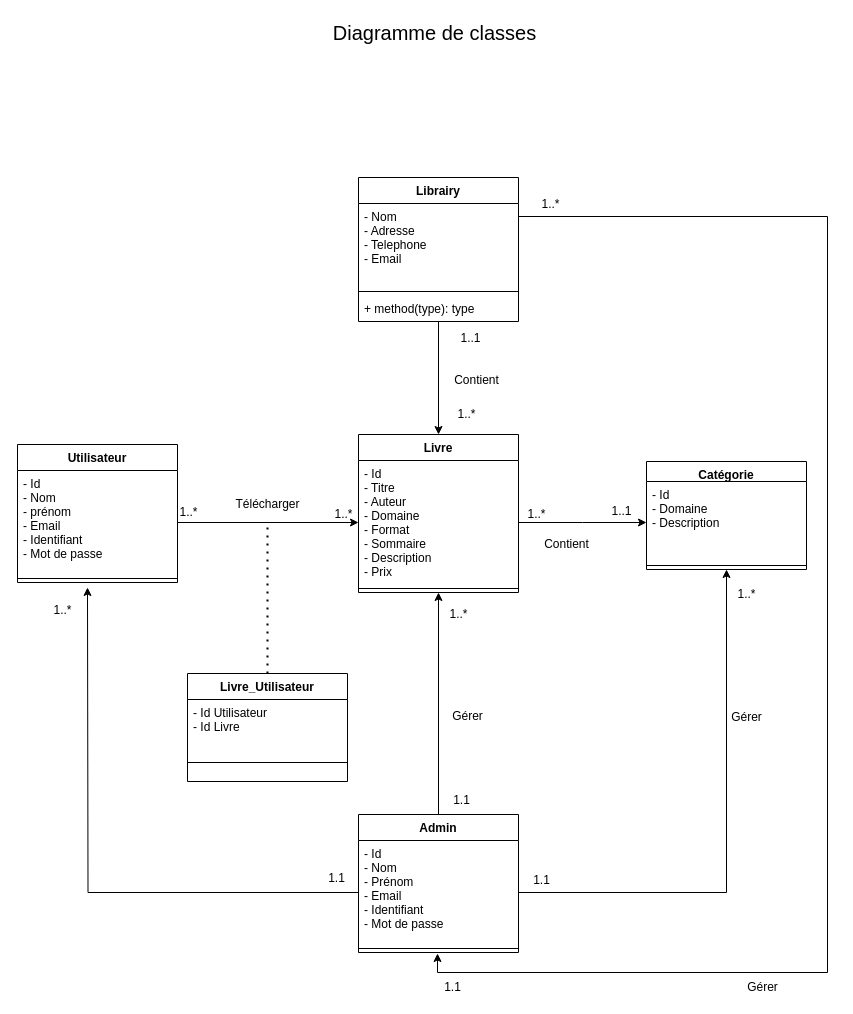
Before: page "Diagramme de classe" (7 of 18) of Untitled Diagram.drawio in keidy001/virtual-biblio, a draw.io diagram. Source tidied: cells renumbered, new cells numbered last; positions are measured from the earlier drawing's top-left corner, leaving out a move shared by most shapes. Both pictures are drawn from the tidied source at 100%, with x=0, y=0 at pixel (17, 17).
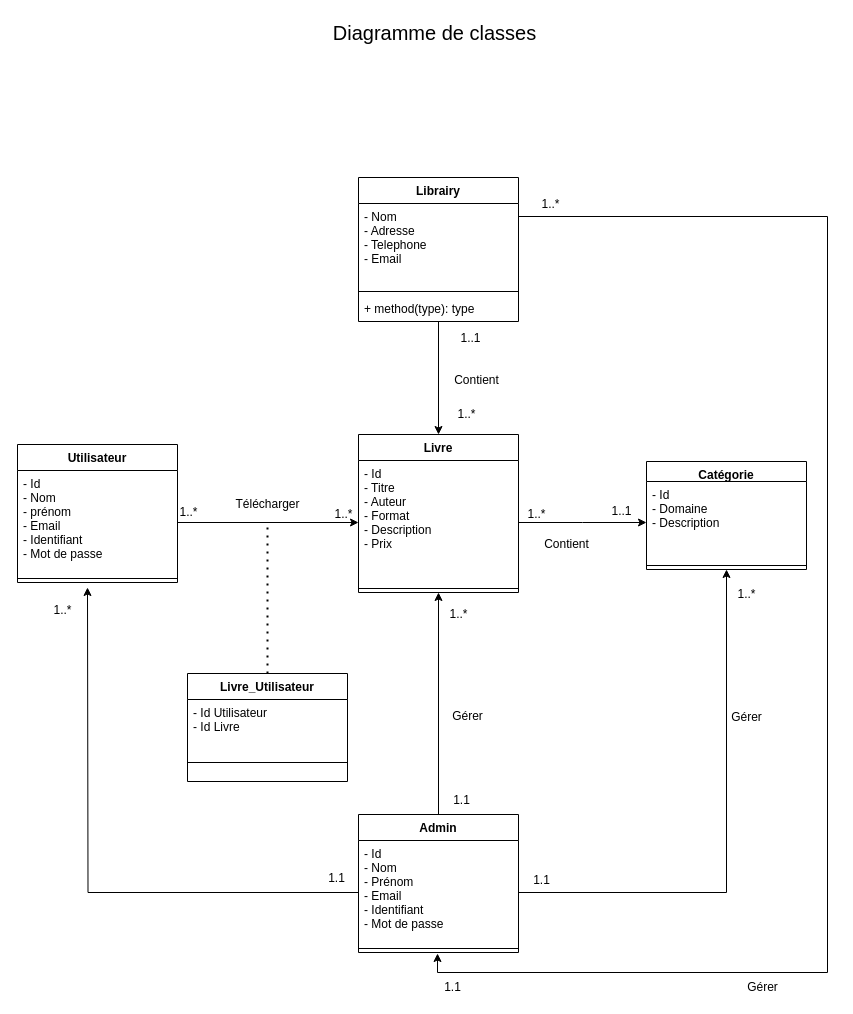
The same page after the edit.

The change refers to these unchanged cells:
```xml
<mxCell id="9" value="Livre" style="swimlane;fontStyle=1;align=center;verticalAlign=top;horizontal=1;startSize=26;fillColor=default;gradientColor=none;" parent="1" vertex="1">
  <mxGeometry x="341" y="417" width="160" height="158" as="geometry" />
</mxCell>
```

Diff of the diagram source:
```diff
@@
-    <mxCell id="10" value="- Id&#10;- Titre&#10;- Auteur&#10;- Domaine&#10;- Format&#10;- Sommaire&#10;- Description&#10;- Prix" style="text;strokeColor=none;fillColor=none;align=left;verticalAlign=top;spacingLeft=4;spacingRight=4;overflow=hidden;points=[[0,0.5],[1,0.5]];portConstraint=eastwest;" parent="9" vertex="1">
+    <mxCell id="10" value="- Id&#10;- Titre&#10;- Auteur&#10;- Format&#10;- Description&#10;- Prix" style="text;strokeColor=none;fillColor=none;align=left;verticalAlign=top;spacingLeft=4;spacingRight=4;overflow=hidden;points=[[0,0.5],[1,0.5]];portConstraint=eastwest;" parent="9" vertex="1">
       <mxGeometry y="26" width="160" height="124" as="geometry" />
     </mxCell>
```
